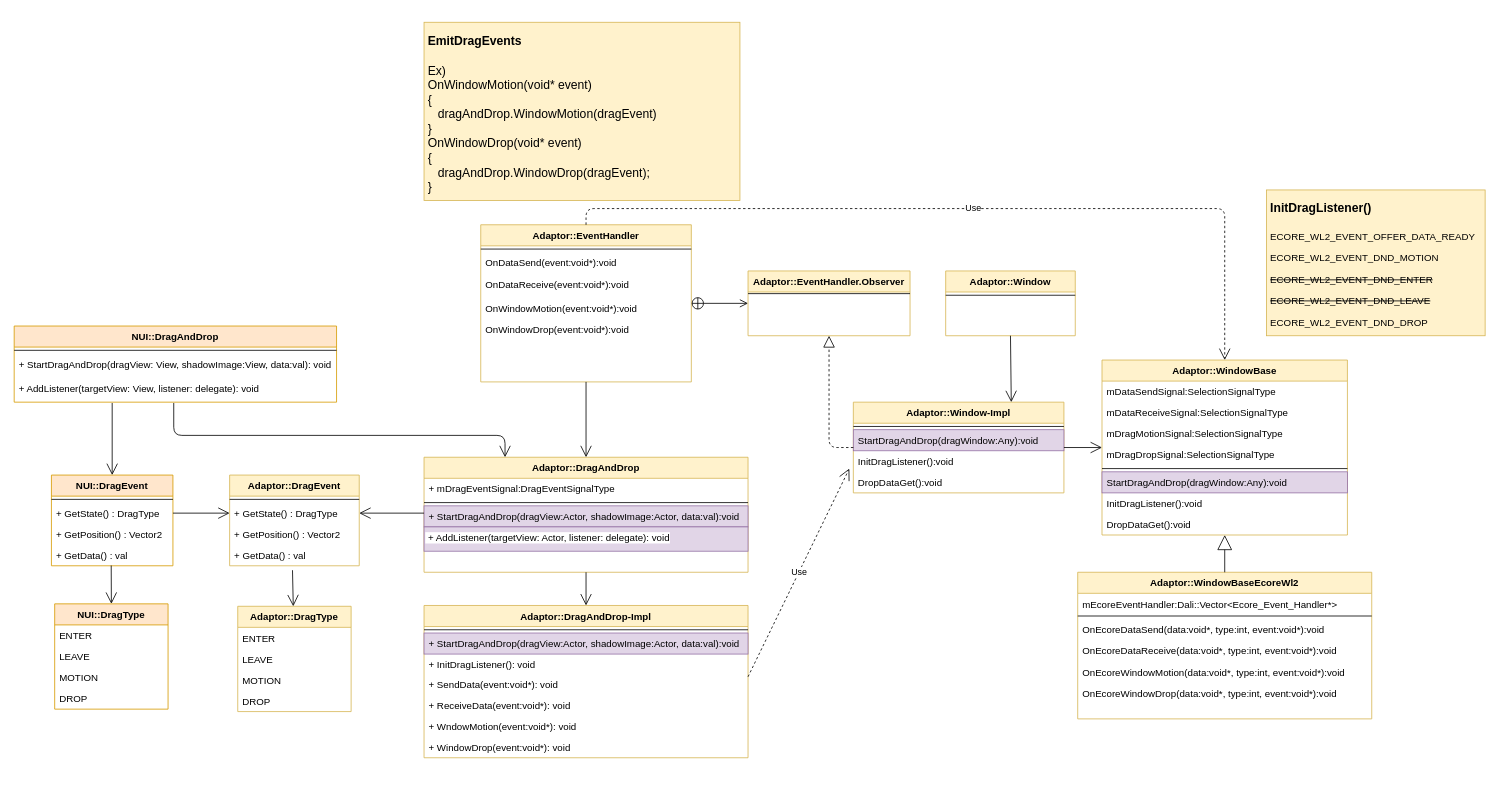
This is page "Page-4" (4 of 10) of Untitled Diagram.drawio from taehyub/drawio, a draw.io file, before an edit. Source tidied: cells renumbered, new cells numbered last; positions are measured from the earlier drawing's top-left corner, leaving out a move shared by most shapes. Both pictures are drawn from the tidied source at 81%, with x=0, y=0 at pixel (14, 22).
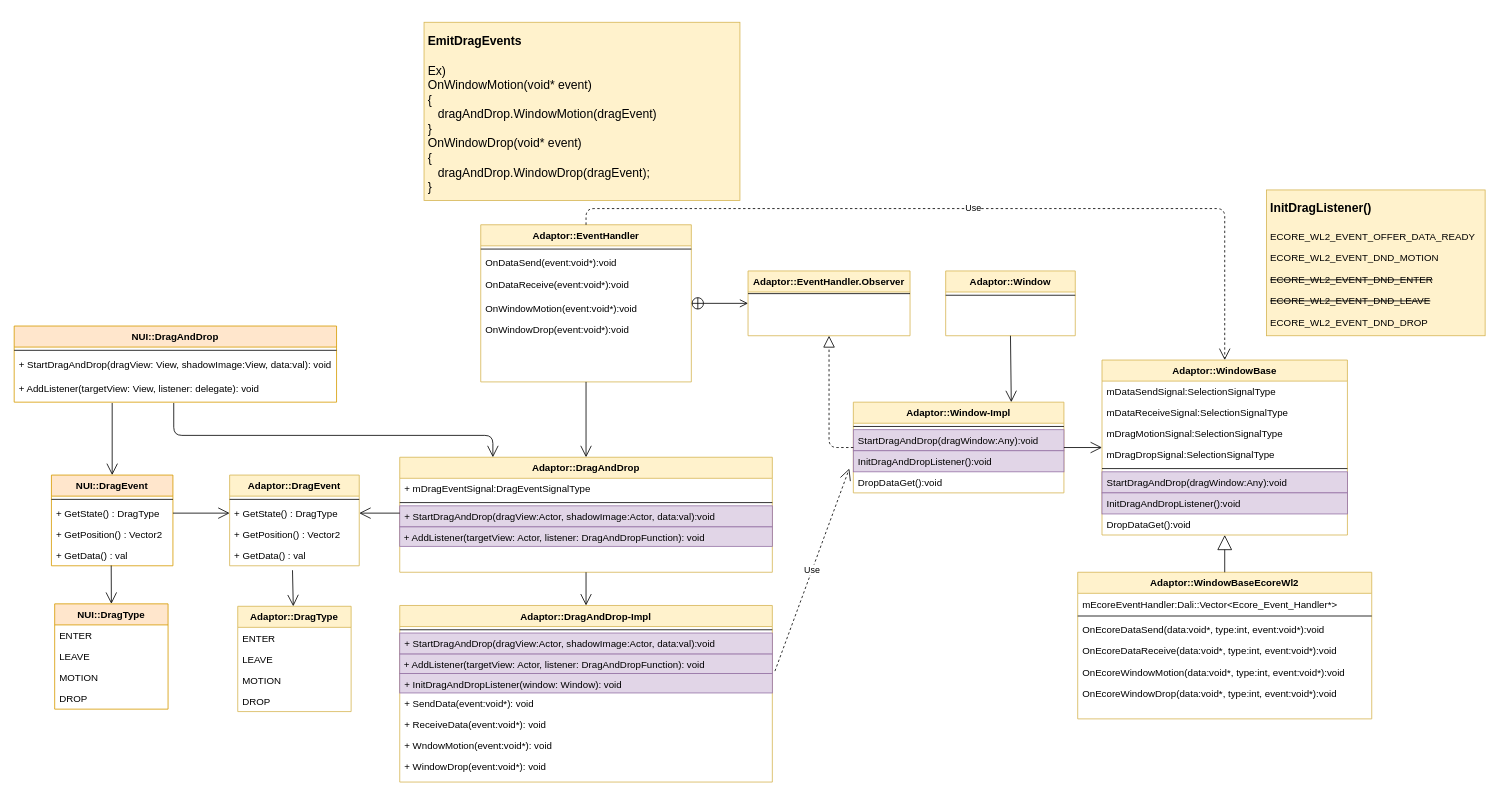
Above is the later version.

Unchanged cells that the change refers to:
```xml
<mxCell id="19" value="Adaptor::WindowBase" style="swimlane;fontStyle=1;align=center;verticalAlign=top;horizontal=1;startSize=26;rounded=0;shadow=0;strokeWidth=1;fillColor=#fff2cc;strokeColor=#d6b656;" parent="1" vertex="1">
  <mxGeometry x="1343" y="417" width="303" height="216" as="geometry" />
</mxCell>
<mxCell id="37" value="Adaptor::Window-Impl&#10;" style="swimlane;fontStyle=1;align=center;verticalAlign=top;horizontal=1;startSize=26;rounded=0;shadow=0;strokeWidth=1;fillColor=#fff2cc;strokeColor=#d6b656;" parent="1" vertex="1">
  <mxGeometry x="1036" y="469" width="260" height="112" as="geometry" />
</mxCell>
<mxCell id="68" value="+ GetState() : DragType" style="text;strokeColor=none;fillColor=none;align=left;verticalAlign=top;spacingLeft=4;spacingRight=4;overflow=hidden;points=[[0,0.5],[1,0.5]];portConstraint=eastwest;" parent="66" vertex="1">
  <mxGeometry y="34" width="160" height="26" as="geometry" />
</mxCell>
```

Change to the diagram source:
```diff
@@
     <mxCell id="6" value="Adaptor::DragAndDrop" style="swimlane;fontStyle=1;align=center;verticalAlign=top;horizontal=1;startSize=26;rounded=0;shadow=0;strokeWidth=1;fillColor=#fff2cc;strokeColor=#d6b656;fontColor=default;" parent="1" vertex="1">
-      <mxGeometry x="506" y="537" width="400" height="142" as="geometry" />
+      <mxGeometry x="476" y="537" width="460" height="142" as="geometry" />
     </mxCell>
     <mxCell id="7" value="+ mDragEventSignal:DragEventSignalType" style="text;strokeColor=none;fillColor=none;align=left;verticalAlign=top;spacingLeft=4;spacingRight=4;overflow=hidden;hachureGap=4;" parent="6" vertex="1">
-      <mxGeometry y="26" width="400" height="26" as="geometry" />
+      <mxGeometry y="26" width="460" height="26" as="geometry" />
     </mxCell>
     <mxCell id="8" style="line;html=1;strokeWidth=1;align=left;verticalAlign=middle;spacingTop=-1;spacingLeft=3;spacingRight=3;labelPosition=right;" parent="6" vertex="1">
-      <mxGeometry y="52" width="400" height="8" as="geometry" />
+      <mxGeometry y="52" width="460" height="8" as="geometry" />
     </mxCell>
     <mxCell id="9" value="+ StartDragAndDrop(dragView:Actor, shadowImage:Actor, data:val):void" style="text;strokeColor=#9673a6;fillColor=#e1d5e7;align=left;verticalAlign=top;spacingLeft=4;spacingRight=4;overflow=hidden;hachureGap=4;fontColor=default;" parent="6" vertex="1">
-      <mxGeometry y="60" width="400" height="26" as="geometry" />
+      <mxGeometry y="60" width="460" height="26" as="geometry" />
     </mxCell>
-    <mxCell id="10" value="&lt;span style=&quot;background-color: rgb(255 , 255 , 255)&quot;&gt;&lt;span style=&quot;font-family: &amp;#34;helvetica&amp;#34; ; font-size: 12px ; font-style: normal ; font-weight: 400 ; letter-spacing: normal ; text-align: left ; text-indent: 0px ; text-transform: none ; word-spacing: 0px ; display: inline ; float: none&quot;&gt;&amp;nbsp;+ AddListener(targetView: Actor, listener: delegate): void&lt;/span&gt;&lt;/span&gt;" style="text;whiteSpace=wrap;html=1;fillColor=#e1d5e7;strokeColor=#9673a6;fontColor=default;" parent="6" vertex="1">
-      <mxGeometry y="86" width="400" height="30" as="geometry" />
+    <mxCell id="10" value=" + AddListener(targetView: Actor, listener: DragAndDropFunction): void" style="text;fillColor=#e1d5e7;strokeColor=#9673a6;fontColor=default;" parent="6" vertex="1">
+      <mxGeometry y="86" width="460" height="24" as="geometry" />
     </mxCell>
-    <mxCell id="11" value="Adaptor::DragAndDrop-Impl" style="swimlane;fontStyle=1;align=center;verticalAlign=top;horizontal=1;startSize=26;rounded=0;shadow=0;strokeWidth=1;fillColor=#fff2cc;strokeColor=#d6b656;" parent="1" vertex="1">
-      <mxGeometry x="506" y="720" width="400" height="188" as="geometry" />
+    <mxCell id="11" value="Adaptor::DragAndDrop-Impl" style="swimlane;fontStyle=1;align=center;verticalAlign=top;horizontal=1;startSize=26;rounded=0;shadow=0;strokeWidth=1;fillColor=#fff2cc;strokeColor=#d6b656;fontColor=default;" parent="1" vertex="1">
+      <mxGeometry x="476" y="720" width="460" height="218" as="geometry" />
     </mxCell>
     <mxCell id="12" style="line;html=1;strokeWidth=1;align=left;verticalAlign=middle;spacingTop=-1;spacingLeft=3;spacingRight=3;labelPosition=right;" parent="11" vertex="1">
-      <mxGeometry y="26" width="400" height="8" as="geometry" />
+      <mxGeometry y="26" width="460" height="8" as="geometry" />
     </mxCell>
     <mxCell id="13" value="+ StartDragAndDrop(dragView:Actor, shadowImage:Actor, data:val):void" style="text;strokeColor=#9673a6;fillColor=#e1d5e7;align=left;verticalAlign=top;spacingLeft=4;spacingRight=4;overflow=hidden;hachureGap=4;fontColor=default;" parent="11" vertex="1">
-      <mxGeometry y="34" width="400" height="26" as="geometry" />
+      <mxGeometry y="34" width="460" height="26" as="geometry" />
     </mxCell>
+    <mxCell id="87" value=" + AddListener(targetView: Actor, listener: DragAndDropFunction): void" style="text;fillColor=#e1d5e7;strokeColor=#9673a6;fontColor=default;" parent="11" vertex="1">
+      <mxGeometry y="60" width="460" height="24" as="geometry" />
+    </mxCell>
-    <mxCell id="14" value="+ InitDragListener(): void" style="text;strokeColor=none;fillColor=none;align=left;verticalAlign=top;spacingLeft=4;spacingRight=4;overflow=hidden;points=[[0,0.5],[1,0.5]];portConstraint=eastwest;" parent="11" vertex="1">
-      <mxGeometry y="60" width="400" height="24" as="geometry" />
+    <mxCell id="14" value="+ InitDragAndDropListener(window: Window): void" style="text;strokeColor=#9673a6;fillColor=#e1d5e7;align=left;verticalAlign=top;spacingLeft=4;spacingRight=4;overflow=hidden;points=[[0,0.5],[1,0.5]];portConstraint=eastwest;fontColor=default;" parent="11" vertex="1">
+      <mxGeometry y="84" width="460" height="24" as="geometry" />
     </mxCell>
     <mxCell id="15" value="+ SendData(event:void*): void" style="text;strokeColor=none;fillColor=none;align=left;verticalAlign=top;spacingLeft=4;spacingRight=4;overflow=hidden;hachureGap=4;" parent="11" vertex="1">
-      <mxGeometry y="84" width="400" height="26" as="geometry" />
+      <mxGeometry y="108" width="460" height="26" as="geometry" />
     </mxCell>
     <mxCell id="16" value="+ ReceiveData(event:void*): void" style="text;strokeColor=none;fillColor=none;align=left;verticalAlign=top;spacingLeft=4;spacingRight=4;overflow=hidden;hachureGap=4;" parent="11" vertex="1">
-      <mxGeometry y="110" width="400" height="26" as="geometry" />
+      <mxGeometry y="134" width="460" height="26" as="geometry" />
     </mxCell>
     <mxCell id="17" value="+ WndowMotion(event:void*): void" style="text;strokeColor=none;fillColor=none;align=left;verticalAlign=top;spacingLeft=4;spacingRight=4;overflow=hidden;hachureGap=4;" parent="11" vertex="1">
-      <mxGeometry y="136" width="400" height="26" as="geometry" />
+      <mxGeometry y="160" width="460" height="26" as="geometry" />
     </mxCell>
     <mxCell id="18" value="+ WindowDrop(event:void*): void" style="text;strokeColor=none;fillColor=none;align=left;verticalAlign=top;spacingLeft=4;spacingRight=4;overflow=hidden;hachureGap=4;" parent="11" vertex="1">
-      <mxGeometry y="162" width="400" height="26" as="geometry" />
+      <mxGeometry y="186" width="460" height="26" as="geometry" />
     </mxCell>
@@
-    <mxCell id="26" value="InitDragListener():void" style="text;strokeColor=none;fillColor=none;align=left;verticalAlign=top;spacingLeft=4;spacingRight=4;overflow=hidden;hachureGap=4;" parent="19" vertex="1">
+    <mxCell id="26" value="InitDragAndDropListener():void" style="text;strokeColor=#9673a6;fillColor=#e1d5e7;align=left;verticalAlign=top;spacingLeft=4;spacingRight=4;overflow=hidden;hachureGap=4;fontColor=default;" parent="19" vertex="1">
       <mxGeometry y="164" width="303" height="26" as="geometry" />
     </mxCell>
@@
-    <mxCell id="40" value="InitDragListener():void" style="text;strokeColor=none;fillColor=none;align=left;verticalAlign=top;spacingLeft=4;spacingRight=4;overflow=hidden;points=[[0,0.5],[1,0.5]];portConstraint=eastwest;hachureGap=4;" parent="37" vertex="1">
+    <mxCell id="40" value="InitDragAndDropListener():void" style="text;strokeColor=#9673a6;fillColor=#e1d5e7;align=left;verticalAlign=top;spacingLeft=4;spacingRight=4;overflow=hidden;points=[[0,0.5],[1,0.5]];portConstraint=eastwest;hachureGap=4;fontColor=default;" parent="37" vertex="1">
       <mxGeometry y="60" width="260" height="26" as="geometry" />
     </mxCell>
@@
-    <mxCell id="58" value="Use" style="endArrow=open;endSize=12;dashed=1;html=1;sourcePerimeterSpacing=8;targetPerimeterSpacing=8;entryX=-0.019;entryY=0.846;entryDx=0;entryDy=0;exitX=1;exitY=0.154;exitDx=0;exitDy=0;entryPerimeter=0;exitPerimeter=0;" parent="1" edge="1" target="40">
-      <mxGeometry relative="1" as="geometry">
-        <mxPoint x="906" y="808" as="sourcePoint" />
-      </mxGeometry>
+    <mxCell id="58" value="Use" style="endArrow=open;endSize=12;dashed=1;html=1;sourcePerimeterSpacing=8;targetPerimeterSpacing=8;entryX=-0.019;entryY=0.846;entryDx=0;entryDy=0;exitX=1.007;exitY=-0.125;exitDx=0;exitDy=0;entryPerimeter=0;exitPerimeter=0;" parent="1" edge="1" source="14" target="40">
+      <mxGeometry relative="1" as="geometry" />
     </mxCell>
@@
-    <mxCell id="65" style="endArrow=open;endFill=1;endSize=12;html=1;rounded=1;entryX=0.25;entryY=0;entryDx=0;entryDy=0;edgeStyle=orthogonalEdgeStyle;" parent="1" edge="1" target="6">
+    <mxCell id="65" style="endArrow=open;endFill=1;endSize=12;html=1;rounded=1;entryX=0.25;entryY=0;entryDx=0;entryDy=0;edgeStyle=orthogonalEdgeStyle;strokeColor=default;labelBackgroundColor=default;fontColor=default;" parent="1" edge="1" target="6">
       <mxGeometry relative="1" as="geometry">
         <mxPoint x="197" y="470" as="sourcePoint" />
         <Array as="points">
           <mxPoint x="197" y="510" />
-          <mxPoint x="606" y="510" />
+          <mxPoint x="591" y="510" />
         </Array>
       </mxGeometry>
     </mxCell>
@@
-    <mxCell id="71" style="endArrow=open;endFill=1;endSize=12;html=1;rounded=1;" parent="1" edge="1" target="68">
+    <mxCell id="71" style="endArrow=open;endFill=1;endSize=12;html=1;rounded=1;strokeColor=default;labelBackgroundColor=default;fontColor=default;" parent="1" edge="1" target="68">
       <mxGeometry relative="1" as="geometry">
-        <mxPoint x="506" y="606" as="sourcePoint" />
+        <mxPoint x="476" y="606" as="sourcePoint" />
       </mxGeometry>
     </mxCell>
```
